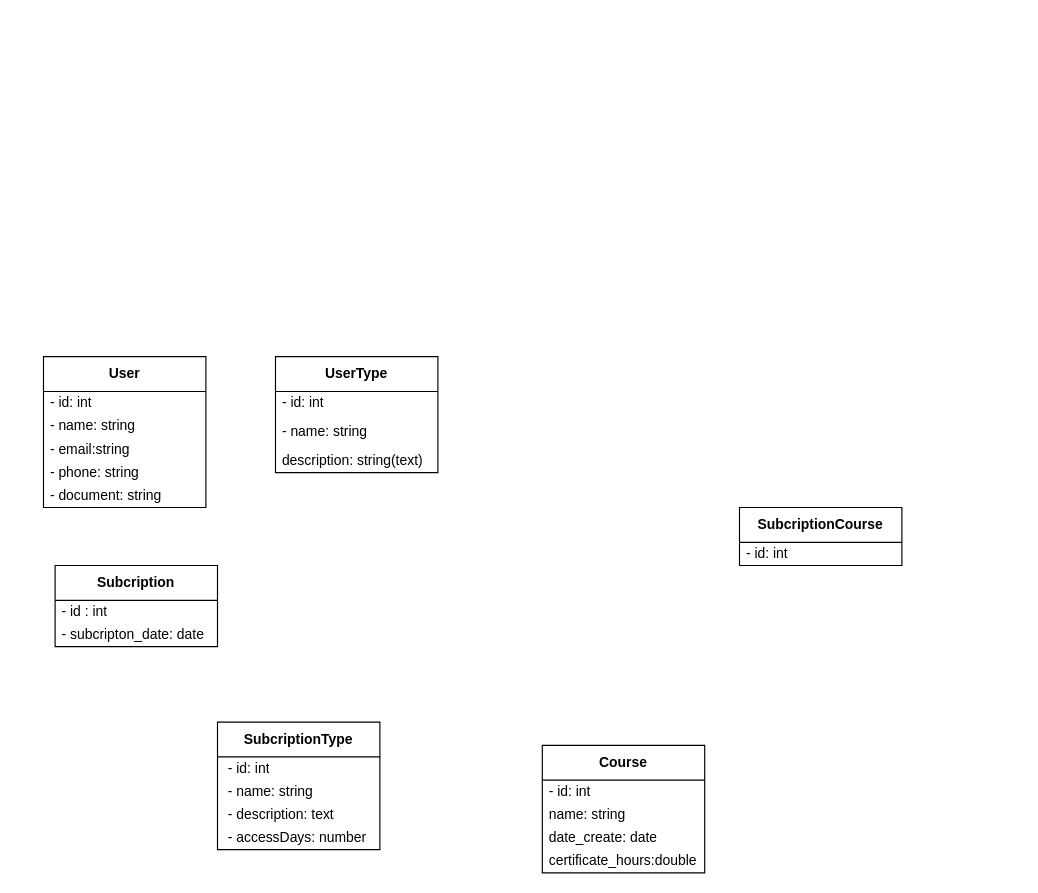
The draw.io diagram diagram-use-case.drawio in styler101/db-diagram, before the edit. Source tidied: cells renumbered, new cells numbered last; positions are measured from the earlier drawing's top-left corner, leaving out a move shared by most shapes. Both pictures are drawn from the tidied source at 116%, with x=0, y=0 at pixel (43, 356).
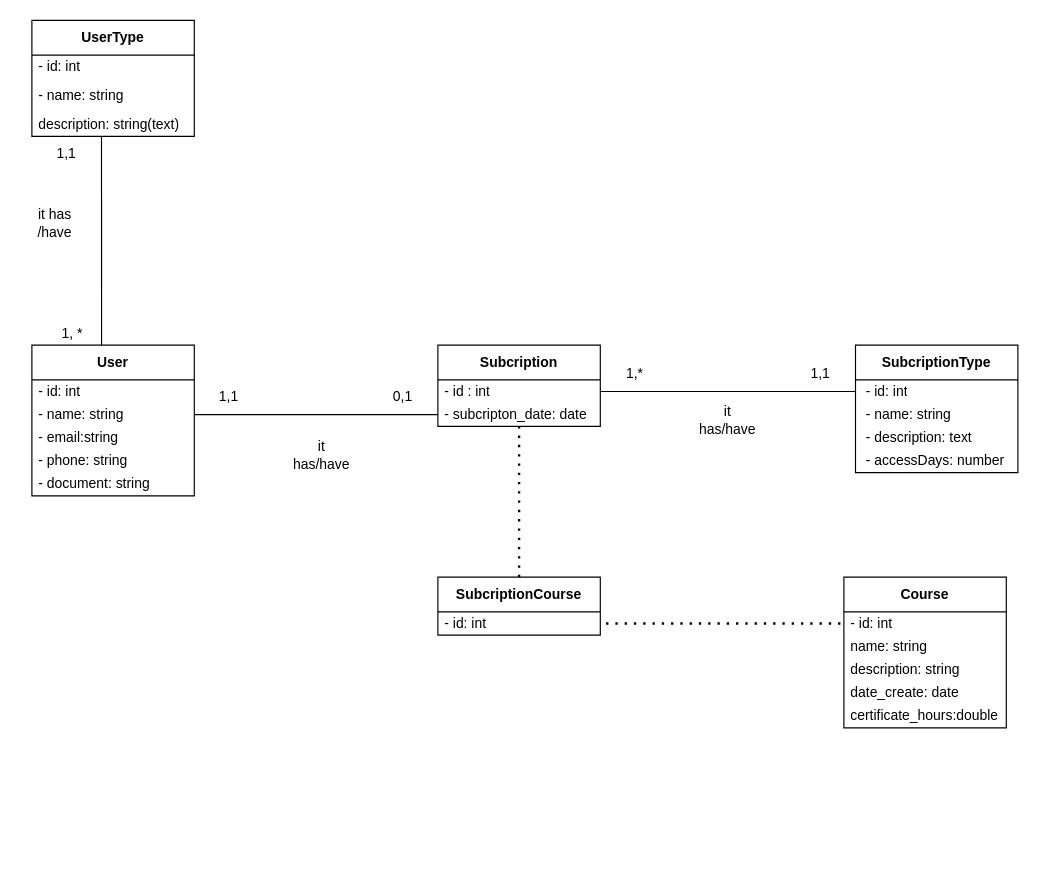
After the change.

Commit message:
update diagram add relations

The change refers to these unchanged cells:
```xml
<mxCell id="3" value="- id: int" style="text;strokeColor=none;fillColor=none;align=left;verticalAlign=middle;spacingLeft=4;spacingRight=4;overflow=hidden;points=[[0,0.5],[1,0.5]];portConstraint=eastwest;whiteSpace=wrap;html=1;" parent="2" vertex="1">
  <mxGeometry y="30" width="140" height="20" as="geometry" />
</mxCell>
<mxCell id="15" value="- subcripton_date: date" style="text;strokeColor=none;fillColor=none;align=left;verticalAlign=middle;spacingLeft=4;spacingRight=4;overflow=hidden;points=[[0,0.5],[1,0.5]];portConstraint=eastwest;whiteSpace=wrap;html=1;" parent="13" vertex="1">
  <mxGeometry y="50" width="140" height="20" as="geometry" />
</mxCell>
<mxCell id="23" value="&amp;nbsp;- id: int" style="text;strokeColor=none;fillColor=none;align=left;verticalAlign=middle;spacingLeft=4;spacingRight=4;overflow=hidden;points=[[0,0.5],[1,0.5]];portConstraint=eastwest;whiteSpace=wrap;html=1;" parent="22" vertex="1">
  <mxGeometry y="30" width="140" height="20" as="geometry" />
</mxCell>
```

Diff of the diagram source:
```diff
@@
     <mxCell id="2" value="&lt;b&gt;Course&lt;/b&gt;" style="swimlane;fontStyle=0;horizontal=1;startSize=30;whiteSpace=wrap;html=1;" parent="1" vertex="1">
-      <mxGeometry x="430" y="335" width="140" height="110" as="geometry" />
+      <mxGeometry x="690" y="190" width="140" height="130" as="geometry" />
     </mxCell>
@@
+    <mxCell id="27" value="description: string" style="text;strokeColor=none;fillColor=none;align=left;verticalAlign=middle;spacingLeft=4;spacingRight=4;overflow=hidden;whiteSpace=wrap;html=1;" parent="2" vertex="1">
+      <mxGeometry y="70" width="140" height="20" as="geometry" />
+    </mxCell>
     <mxCell id="5" value="date_create: date" style="text;strokeColor=none;fillColor=none;align=left;verticalAlign=middle;spacingLeft=4;spacingRight=4;overflow=hidden;whiteSpace=wrap;html=1;" parent="2" vertex="1">
-      <mxGeometry y="70" width="140" height="20" as="geometry" />
+      <mxGeometry y="90" width="140" height="20" as="geometry" />
     </mxCell>
     <mxCell id="6" value="certificate_hours:double" style="text;strokeColor=none;fillColor=none;align=left;verticalAlign=middle;spacingLeft=4;spacingRight=4;overflow=hidden;whiteSpace=wrap;html=1;" parent="2" vertex="1">
-      <mxGeometry y="90" width="140" height="20" as="geometry" />
+      <mxGeometry y="110" width="140" height="20" as="geometry" />
     </mxCell>
     <mxCell id="7" value="&lt;b&gt;User&lt;/b&gt;" style="swimlane;fontStyle=0;horizontal=1;startSize=30;whiteSpace=wrap;html=1;" parent="1" vertex="1">
-      <mxGeometry width="140" height="130" as="geometry" />
+      <mxGeometry x="-10" y="-10" width="140" height="130" as="geometry" />
     </mxCell>
@@
     <mxCell id="13" value="&lt;b&gt;Subcription&lt;/b&gt;" style="swimlane;fontStyle=0;horizontal=1;startSize=30;whiteSpace=wrap;html=1;" parent="1" vertex="1">
-      <mxGeometry x="10" y="180" width="140" height="70" as="geometry" />
+      <mxGeometry x="340" y="-10" width="140" height="70" as="geometry" />
     </mxCell>
@@
     <mxCell id="16" value="&lt;b&gt;SubcriptionCourse&lt;/b&gt;" style="swimlane;fontStyle=0;horizontal=1;startSize=30;whiteSpace=wrap;html=1;" parent="1" vertex="1">
-      <mxGeometry x="600" y="130" width="140" height="50" as="geometry" />
+      <mxGeometry x="340" y="190" width="140" height="50" as="geometry" />
     </mxCell>
@@
     <mxCell id="18" value="&lt;b&gt;UserType&lt;/b&gt;" style="swimlane;fontStyle=0;horizontal=1;startSize=30;whiteSpace=wrap;html=1;" parent="1" vertex="1">
-      <mxGeometry x="200" width="140" height="100" as="geometry" />
+      <mxGeometry x="-10" y="-290" width="140" height="100" as="geometry" />
     </mxCell>
@@
     <mxCell id="22" value="&lt;b&gt;SubcriptionType&lt;/b&gt;" style="swimlane;fontStyle=0;horizontal=1;startSize=30;whiteSpace=wrap;html=1;" parent="1" vertex="1">
-      <mxGeometry x="150" y="315" width="140" height="110" as="geometry" />
+      <mxGeometry x="700" y="-10" width="140" height="110" as="geometry" />
     </mxCell>
@@
+    <mxCell id="28" style="endArrow=none;html=1;exitX=0.429;exitY=0;exitDx=0;exitDy=0;exitPerimeter=0;" parent="1" edge="1" source="7">
+      <mxGeometry relative="1" as="geometry">
+        <mxPoint x="50" y="-190" as="targetPoint" />
+      </mxGeometry>
+    </mxCell>
+    <mxCell id="29" value="1, *" style="text;html=1;strokeColor=none;fillColor=none;align=center;verticalAlign=middle;whiteSpace=wrap;rounded=0;" parent="1" vertex="1">
+      <mxGeometry x="10" y="-30" width="30" height="20" as="geometry" />
+    </mxCell>
+    <mxCell id="30" value="1,1" style="text;html=1;strokeColor=none;fillColor=none;align=center;verticalAlign=middle;whiteSpace=wrap;rounded=0;" parent="1" vertex="1">
+      <mxGeometry x="-10" y="-190" width="60" height="30" as="geometry" />
+    </mxCell>
+    <mxCell id="31" value="it has /have" style="text;html=1;strokeColor=none;fillColor=none;align=center;verticalAlign=middle;whiteSpace=wrap;rounded=0;" parent="1" vertex="1">
+      <mxGeometry x="-20" y="-130" width="60" height="30" as="geometry" />
+    </mxCell>
+    <mxCell id="32" style="endArrow=none;html=1;entryX=0;entryY=0.5;entryDx=0;entryDy=0;" parent="1" edge="1" target="15">
+      <mxGeometry relative="1" as="geometry">
+        <mxPoint x="130" y="50" as="sourcePoint" />
+      </mxGeometry>
+    </mxCell>
+    <mxCell id="33" value="0,1" style="text;html=1;strokeColor=none;fillColor=none;align=center;verticalAlign=middle;whiteSpace=wrap;rounded=0;" parent="1" vertex="1">
+      <mxGeometry x="280" y="20" width="60" height="30" as="geometry" />
+    </mxCell>
+    <mxCell id="34" value="1,1" style="text;html=1;strokeColor=none;fillColor=none;align=center;verticalAlign=middle;whiteSpace=wrap;rounded=0;" parent="1" vertex="1">
+      <mxGeometry x="130" y="20" width="60" height="30" as="geometry" />
+    </mxCell>
+    <mxCell id="35" value="it has/have" style="text;html=1;strokeColor=none;fillColor=none;align=center;verticalAlign=middle;whiteSpace=wrap;rounded=0;" parent="1" vertex="1">
+      <mxGeometry x="210" y="70" width="60" height="30" as="geometry" />
+    </mxCell>
+    <mxCell id="36" style="endArrow=none;html=1;entryX=0;entryY=0.5;entryDx=0;entryDy=0;" parent="1" edge="1" target="23">
+      <mxGeometry relative="1" as="geometry">
+        <mxPoint x="480" y="30" as="sourcePoint" />
+      </mxGeometry>
+    </mxCell>
+    <mxCell id="37" value="it has/have" style="text;html=1;strokeColor=none;fillColor=none;align=center;verticalAlign=middle;whiteSpace=wrap;rounded=0;" parent="1" vertex="1">
+      <mxGeometry x="560" y="40" width="60" height="30" as="geometry" />
+    </mxCell>
+    <mxCell id="38" value="1,1" style="text;html=1;strokeColor=none;fillColor=none;align=center;verticalAlign=middle;whiteSpace=wrap;rounded=0;" parent="1" vertex="1">
+      <mxGeometry x="640" width="60" height="30" as="geometry" />
+    </mxCell>
+    <mxCell id="39" value="1,*" style="text;html=1;strokeColor=none;fillColor=none;align=center;verticalAlign=middle;whiteSpace=wrap;rounded=0;" parent="1" vertex="1">
+      <mxGeometry x="480" width="60" height="30" as="geometry" />
+    </mxCell>
+    <mxCell id="40" style="endArrow=none;dashed=1;html=1;dashPattern=1 3;strokeWidth=2;exitX=0.5;exitY=0;exitDx=0;exitDy=0;" parent="1" edge="1" source="16">
+      <mxGeometry relative="1" as="geometry">
+        <mxPoint x="410" y="60" as="targetPoint" />
+      </mxGeometry>
+    </mxCell>
+    <mxCell id="41" style="endArrow=none;dashed=1;html=1;dashPattern=1 3;strokeWidth=2;entryX=0;entryY=0.5;entryDx=0;entryDy=0;" parent="1" edge="1" target="3">
+      <mxGeometry relative="1" as="geometry">
+        <mxPoint x="485" y="230" as="sourcePoint" />
+      </mxGeometry>
+    </mxCell>
```
